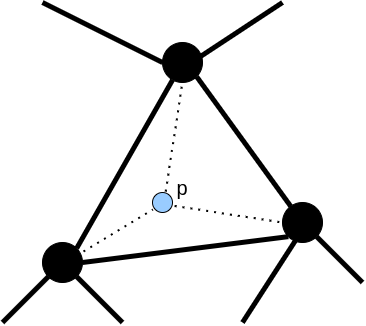
Before: Project1/doc/filledcontourline.png, a diagram exported from draw.io (buno15/java2d3d). Source tidied: cells renumbered, new cells last; positions are measured from the earlier drawing's top-left corner, leaving out a move shared by most shapes. Source of this version:
```xml
<mxGraphModel>
  <root>
    <mxCell id="0" />
    <mxCell id="1" parent="0" />
    <mxCell id="2" style="ellipse;whiteSpace=wrap;html=1;fillColor=#000000;" parent="1" vertex="1">
      <mxGeometry x="160" y="40" width="40" height="40" as="geometry" />
    </mxCell>
    <mxCell id="3" style="ellipse;whiteSpace=wrap;html=1;fillColor=#000000;" parent="1" vertex="1">
      <mxGeometry x="280" y="200" width="40" height="40" as="geometry" />
    </mxCell>
    <mxCell id="4" style="ellipse;whiteSpace=wrap;html=1;fillColor=#000000;" parent="1" vertex="1">
      <mxGeometry x="40" y="240" width="40" height="40" as="geometry" />
    </mxCell>
    <mxCell id="5" style="endArrow=none;html=1;rounded=0;strokeWidth=5;exitX=1;exitY=0;exitDx=0;exitDy=0;" parent="1" edge="1" source="4" target="2">
      <mxGeometry relative="1" as="geometry" />
    </mxCell>
    <mxCell id="6" style="endArrow=none;html=1;rounded=0;exitX=1;exitY=1;exitDx=0;exitDy=0;strokeWidth=5;" parent="1" edge="1" source="2" target="3">
      <mxGeometry relative="1" as="geometry" />
    </mxCell>
    <mxCell id="7" style="endArrow=none;html=1;rounded=0;strokeWidth=5;entryX=0;entryY=1;entryDx=0;entryDy=0;exitX=1;exitY=0.5;exitDx=0;exitDy=0;" parent="1" edge="1" source="4" target="3">
      <mxGeometry relative="1" as="geometry" />
    </mxCell>
    <mxCell id="8" style="endArrow=none;html=1;rounded=0;strokeWidth=5;entryX=0;entryY=0.5;entryDx=0;entryDy=0;" parent="1" edge="1" target="2">
      <mxGeometry relative="1" as="geometry">
        <mxPoint x="40" as="sourcePoint" />
      </mxGeometry>
    </mxCell>
    <mxCell id="9" style="endArrow=none;html=1;rounded=0;exitX=0.95;exitY=0.35;exitDx=0;exitDy=0;strokeWidth=5;exitPerimeter=0;" parent="1" edge="1" source="2">
      <mxGeometry relative="1" as="geometry">
        <mxPoint x="280" as="targetPoint" />
      </mxGeometry>
    </mxCell>
    <mxCell id="10" style="endArrow=none;html=1;rounded=0;strokeWidth=5;entryX=0;entryY=1;entryDx=0;entryDy=0;" parent="1" edge="1" target="4">
      <mxGeometry relative="1" as="geometry">
        <mxPoint y="320" as="sourcePoint" />
      </mxGeometry>
    </mxCell>
    <mxCell id="11" style="endArrow=none;html=1;rounded=0;strokeWidth=5;entryX=1;entryY=1;entryDx=0;entryDy=0;" parent="1" edge="1" target="3">
      <mxGeometry relative="1" as="geometry">
        <mxPoint x="360" y="280" as="sourcePoint" />
      </mxGeometry>
    </mxCell>
    <mxCell id="12" style="endArrow=none;html=1;rounded=0;strokeWidth=5;entryX=0.325;entryY=0.95;entryDx=0;entryDy=0;entryPerimeter=0;" parent="1" edge="1" target="3">
      <mxGeometry relative="1" as="geometry">
        <mxPoint x="240" y="320" as="sourcePoint" />
      </mxGeometry>
    </mxCell>
    <mxCell id="13" style="endArrow=none;html=1;rounded=0;strokeWidth=5;entryX=1;entryY=1;entryDx=0;entryDy=0;" parent="1" edge="1" target="4">
      <mxGeometry relative="1" as="geometry">
        <mxPoint x="120" y="320" as="sourcePoint" />
      </mxGeometry>
    </mxCell>
    <mxCell id="14" style="ellipse;whiteSpace=wrap;html=1;fillColor=#99CCFF;" parent="1" vertex="1">
      <mxGeometry x="150" y="190" width="20" height="20" as="geometry" />
    </mxCell>
    <mxCell id="15" value="p" style="text;html=1;strokeColor=none;fillColor=none;align=center;verticalAlign=middle;whiteSpace=wrap;rounded=0;fontSize=20;" parent="1" vertex="1">
      <mxGeometry x="170" y="170" width="20" height="30" as="geometry" />
    </mxCell>
    <mxCell id="16" style="endArrow=none;dashed=1;html=1;dashPattern=1 3;strokeWidth=2;rounded=0;entryX=0.5;entryY=1;entryDx=0;entryDy=0;exitX=0.66;exitY=-0.05;exitDx=0;exitDy=0;exitPerimeter=0;" parent="1" edge="1" source="14" target="2">
      <mxGeometry relative="1" as="geometry" />
    </mxCell>
    <mxCell id="17" style="endArrow=none;dashed=1;html=1;dashPattern=1 3;strokeWidth=2;rounded=0;exitX=1.025;exitY=0.225;exitDx=0;exitDy=0;exitPerimeter=0;entryX=0.02;entryY=0.85;entryDx=0;entryDy=0;entryPerimeter=0;" parent="1" edge="1" source="4" target="14">
      <mxGeometry relative="1" as="geometry" />
    </mxCell>
    <mxCell id="18" style="endArrow=none;dashed=1;html=1;dashPattern=1 3;strokeWidth=2;rounded=0;entryX=0;entryY=0.5;entryDx=0;entryDy=0;exitX=1.1;exitY=0.67;exitDx=0;exitDy=0;exitPerimeter=0;" parent="1" edge="1" source="14" target="3">
      <mxGeometry relative="1" as="geometry" />
    </mxCell>
  </root>
</mxGraphModel>
```
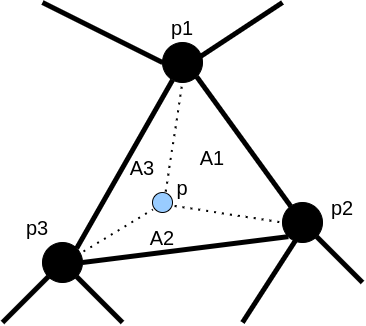
The same file after the commit.

Diff of the diagram source:
```diff
@@ -65,5 +65,23 @@
     <mxCell id="18" style="endArrow=none;dashed=1;html=1;dashPattern=1 3;strokeWidth=2;rounded=0;entryX=0;entryY=0.5;entryDx=0;entryDy=0;exitX=1.1;exitY=0.67;exitDx=0;exitDy=0;exitPerimeter=0;" parent="1" edge="1" source="14" target="3">
       <mxGeometry relative="1" as="geometry" />
     </mxCell>
+    <mxCell id="19" value="p1" style="text;html=1;strokeColor=none;fillColor=none;align=center;verticalAlign=middle;whiteSpace=wrap;rounded=0;fontSize=20;" parent="1" vertex="1">
+      <mxGeometry x="170" y="10" width="20" height="30" as="geometry" />
+    </mxCell>
+    <mxCell id="20" value="p2" style="text;html=1;strokeColor=none;fillColor=none;align=center;verticalAlign=middle;whiteSpace=wrap;rounded=0;fontSize=20;" parent="1" vertex="1">
+      <mxGeometry x="330" y="190" width="20" height="30" as="geometry" />
+    </mxCell>
+    <mxCell id="21" value="p3" style="text;html=1;strokeColor=none;fillColor=none;align=center;verticalAlign=middle;whiteSpace=wrap;rounded=0;fontSize=20;" parent="1" vertex="1">
+      <mxGeometry x="20" y="210" width="30" height="30" as="geometry" />
+    </mxCell>
+    <mxCell id="22" value="A1" style="text;html=1;strokeColor=none;fillColor=none;align=center;verticalAlign=middle;whiteSpace=wrap;rounded=0;fontSize=20;" parent="1" vertex="1">
+      <mxGeometry x="200" y="140" width="20" height="30" as="geometry" />
+    </mxCell>
+    <mxCell id="23" value="A2" style="text;html=1;strokeColor=none;fillColor=none;align=center;verticalAlign=middle;whiteSpace=wrap;rounded=0;fontSize=20;" parent="1" vertex="1">
+      <mxGeometry x="150" y="220" width="20" height="30" as="geometry" />
+    </mxCell>
+    <mxCell id="24" value="A3" style="text;html=1;strokeColor=none;fillColor=none;align=center;verticalAlign=middle;whiteSpace=wrap;rounded=0;fontSize=20;" parent="1" vertex="1">
+      <mxGeometry x="130" y="150" width="20" height="30" as="geometry" />
+    </mxCell>
   </root>
 </mxGraphModel>
```
